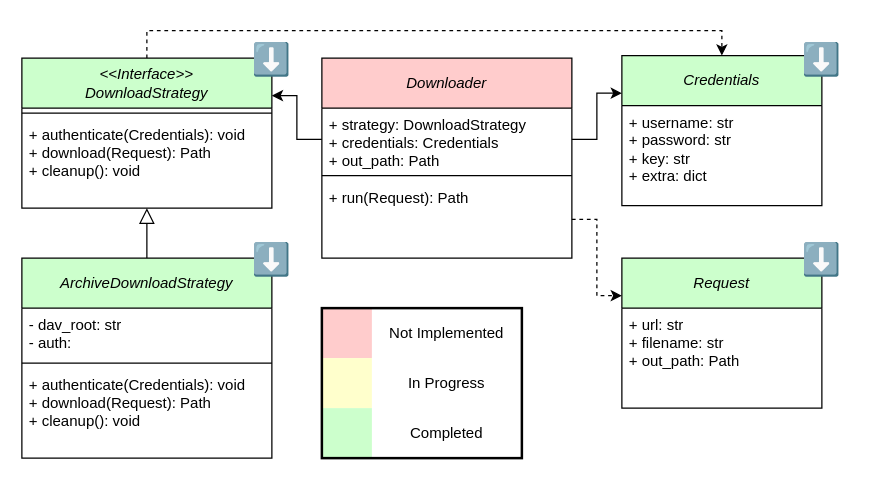
Before: docs/Data Architecture.drawio in N-Pulse/BMI-SOFT-EMG-Decoding, a draw.io diagram. Source tidied: cells renumbered, new cells numbered last; positions are measured from the earlier drawing's top-left corner, leaving out a move shared by most shapes. Both pictures are drawn from the tidied source at 125%, with x=0, y=0 at pixel (21, 32).
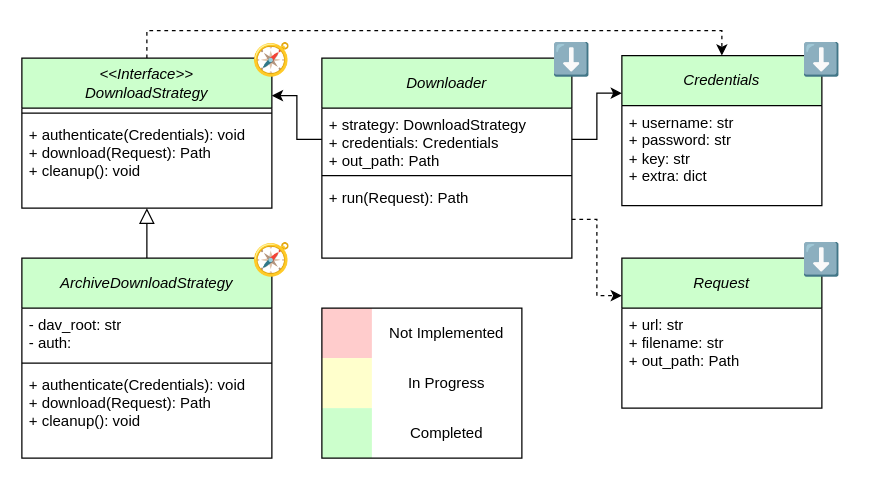
After the change.

Commit message:
doc: cleaned the uml

What changed in the source:
```diff
@@
-    <mxCell id="3" value="&lt;span style=&quot;font-weight: normal;&quot;&gt;&lt;i&gt;Downloader&lt;/i&gt;&lt;/span&gt;" style="swimlane;fontStyle=1;align=center;verticalAlign=middle;horizontal=1;startSize=40;whiteSpace=wrap;html=1;fillColor=#FFCCCC;" parent="1" vertex="1">
+    <mxCell id="3" value="&lt;span style=&quot;font-weight: normal;&quot;&gt;&lt;i&gt;Downloader&lt;/i&gt;&lt;/span&gt;" style="swimlane;fontStyle=1;align=center;verticalAlign=middle;horizontal=1;startSize=40;whiteSpace=wrap;html=1;fillColor=#CCFFCC;" parent="1" vertex="1">
       <mxGeometry x="240" y="20" width="200" height="160" as="geometry" />
     </mxCell>
@@
-    <mxCell id="28" style="rounded=0;whiteSpace=wrap;html=1;fillColor=none;strokeWidth=2;" parent="1" vertex="1">
+    <mxCell id="28" style="rounded=0;whiteSpace=wrap;html=1;fillColor=none;strokeWidth=1;" parent="1" vertex="1">
       <mxGeometry x="240" y="220" width="160" height="120" as="geometry" />
     </mxCell>
@@
-    <mxCell id="31" value="⬇️" style="text;html=1;whiteSpace=wrap;strokeColor=none;fillColor=none;align=center;verticalAlign=middle;rounded=0;fontSize=25;" parent="1" vertex="1">
+    <mxCell id="31" value="🧭" style="text;html=1;whiteSpace=wrap;strokeColor=none;fillColor=none;align=center;verticalAlign=middle;rounded=0;fontSize=25;" parent="1" vertex="1">
       <mxGeometry x="180" width="40" height="40" as="geometry" />
     </mxCell>
     <mxCell id="32" value="⬇️" style="text;html=1;whiteSpace=wrap;strokeColor=none;fillColor=none;align=center;verticalAlign=middle;rounded=0;fontSize=25;" parent="1" vertex="1">
-      <mxGeometry x="180" y="160" width="40" height="40" as="geometry" />
+      <mxGeometry x="420" width="40" height="40" as="geometry" />
     </mxCell>
+    <mxCell id="33" value="🧭" style="text;html=1;whiteSpace=wrap;strokeColor=none;fillColor=none;align=center;verticalAlign=middle;rounded=0;fontSize=25;" parent="1" vertex="1">
+      <mxGeometry x="180" y="160" width="40" height="40" as="geometry" />
+    </mxCell>
```
